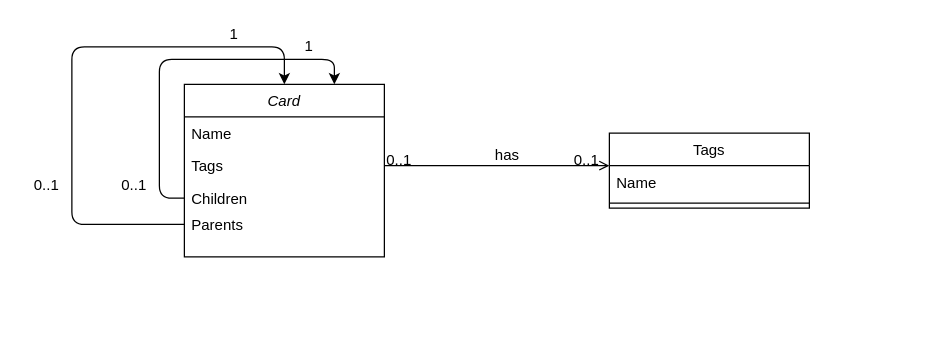
Earlier version of the draw.io diagram docs/todo_schemas.drawio (paolorechia/graph-todo). Source tidied: cells renumbered, new cells numbered last; positions are measured from the earlier drawing's top-left corner, leaving out a move shared by most shapes. Both pictures are drawn from the tidied source at 125%, with x=0, y=0 at pixel (21, 21).
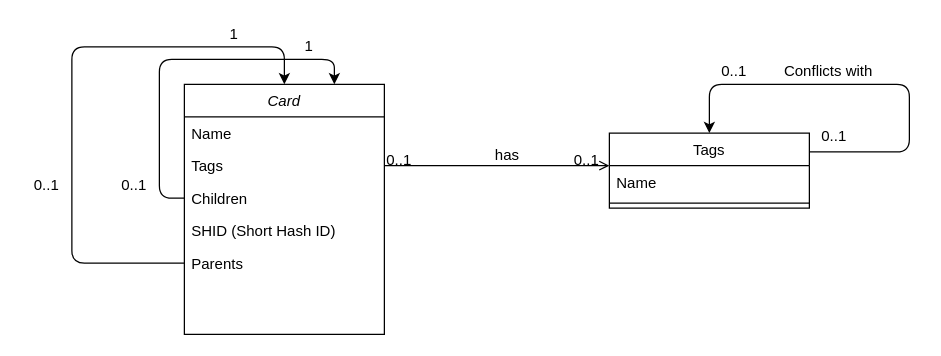
The same diagram, later.

The change refers to these unchanged cells:
```xml
<mxCell id="11" value="Tags" style="swimlane;fontStyle=0;align=center;verticalAlign=top;horizontal=1;startSize=26;rounded=0;shadow=0;strokeWidth=1;" parent="1" vertex="1">
  <mxGeometry x="470" y="89" width="160" height="60" as="geometry" />
</mxCell>
```

Change to the diagram source:
```diff
@@
     <mxCell id="2" value="Card" style="swimlane;fontStyle=2;align=center;verticalAlign=top;horizontal=1;startSize=26;rounded=0;shadow=0;strokeWidth=1;" parent="1" vertex="1">
-      <mxGeometry x="130" y="50" width="160" height="138" as="geometry" />
+      <mxGeometry x="130" y="50" width="160" height="200" as="geometry" />
     </mxCell>
@@
+    <mxCell id="20" value="SHID (Short Hash ID)" style="text;align=left;verticalAlign=top;spacingLeft=4;spacingRight=4;overflow=hidden;" parent="2" vertex="1">
+      <mxGeometry y="104" width="160" height="26" as="geometry" />
+    </mxCell>
+    <mxCell id="15" style="endArrow=none;html=1;entryX=0;entryY=0.5;entryDx=0;entryDy=0;exitX=0.5;exitY=0;exitDx=0;exitDy=0;startArrow=classic;startFill=1;" parent="2" edge="1" source="2" target="14">
+      <mxGeometry relative="1" as="geometry">
+        <Array as="points">
+          <mxPoint x="80" y="-30" />
+          <mxPoint x="10" y="-30" />
+          <mxPoint x="-90" y="-30" />
+          <mxPoint x="-90" y="143" />
+        </Array>
+      </mxGeometry>
+    </mxCell>
+    <mxCell id="14" value="Parents" style="text;align=left;verticalAlign=top;spacingLeft=4;spacingRight=4;overflow=hidden;points=[[0,0.5],[1,0.5]];portConstraint=eastwest;rounded=0;shadow=0;html=0;" parent="2" vertex="1">
+      <mxGeometry y="130" width="160" height="26" as="geometry" />
+    </mxCell>
@@
-    <mxCell id="14" value="Parents" style="text;align=left;verticalAlign=top;spacingLeft=4;spacingRight=4;overflow=hidden;points=[[0,0.5],[1,0.5]];portConstraint=eastwest;rounded=0;shadow=0;html=0;" parent="1" vertex="1">
-      <mxGeometry x="130" y="149" width="160" height="26" as="geometry" />
-    </mxCell>
-    <mxCell id="15" style="endArrow=none;html=1;entryX=0;entryY=0.5;entryDx=0;entryDy=0;exitX=0.5;exitY=0;exitDx=0;exitDy=0;startArrow=classic;startFill=1;" parent="1" edge="1" source="2" target="14">
-      <mxGeometry relative="1" as="geometry">
-        <Array as="points">
-          <mxPoint x="210" y="20" />
-          <mxPoint x="140" y="20" />
-          <mxPoint x="40" y="20" />
-          <mxPoint x="40" y="162" />
-        </Array>
-      </mxGeometry>
-    </mxCell>
@@
+    <mxCell id="21" style="endArrow=classic;html=1;entryX=0.5;entryY=0;entryDx=0;entryDy=0;exitX=1;exitY=0.25;exitDx=0;exitDy=0;" parent="1" edge="1" source="11" target="11">
+      <mxGeometry relative="1" as="geometry">
+        <Array as="points">
+          <mxPoint x="710" y="104" />
+          <mxPoint x="710" y="50" />
+          <mxPoint x="550" y="50" />
+        </Array>
+      </mxGeometry>
+    </mxCell>
+    <mxCell id="22" value="Conflicts with" style="text;html=1;align=center;verticalAlign=middle;" parent="1" vertex="1">
+      <mxGeometry x="600" y="30" width="90" height="20" as="geometry" />
+    </mxCell>
+    <mxCell id="23" value="0..1" style="text;html=1;strokeColor=none;fillColor=none;align=center;verticalAlign=middle;whiteSpace=wrap;rounded=0;" parent="1" vertex="1">
+      <mxGeometry x="630" y="82" width="40" height="20" as="geometry" />
+    </mxCell>
+    <mxCell id="24" value="0..1" style="text;html=1;strokeColor=none;fillColor=none;align=center;verticalAlign=middle;whiteSpace=wrap;rounded=0;" parent="1" vertex="1">
+      <mxGeometry x="550" y="30" width="40" height="20" as="geometry" />
+    </mxCell>
```
